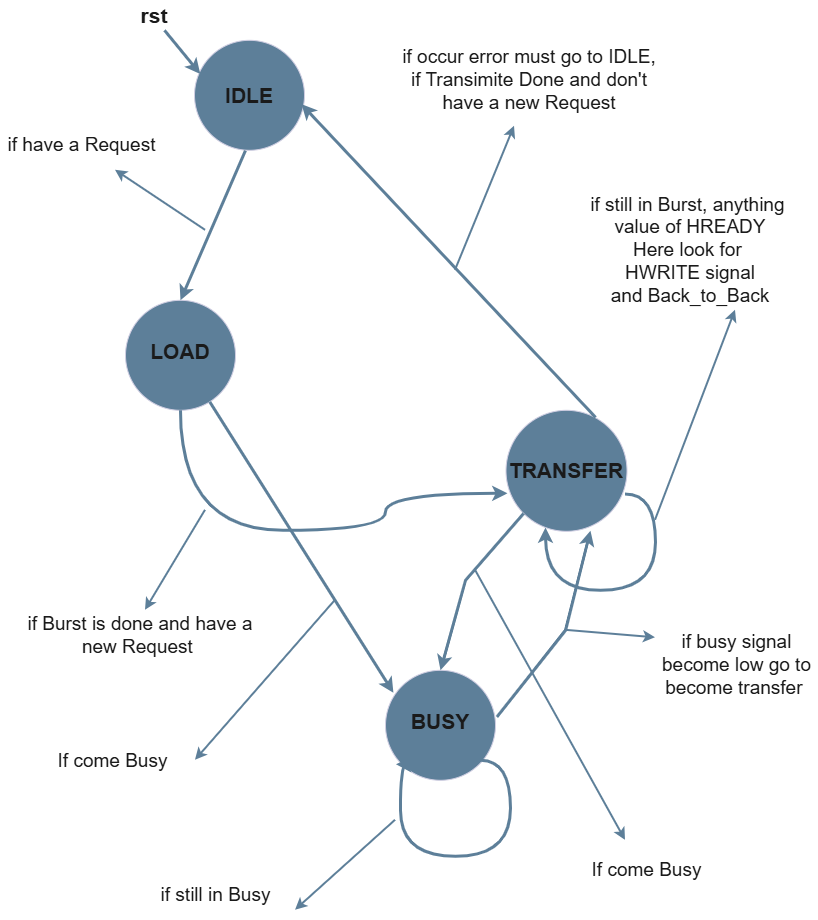
Before: photoes/Master_FSM.drawio.png, a diagram exported from draw.io (amrsoli916/AHB-Lite-Protocol). Source tidied: cells renumbered, new cells last; positions are measured from the earlier drawing's top-left corner, leaving out a move shared by most shapes.
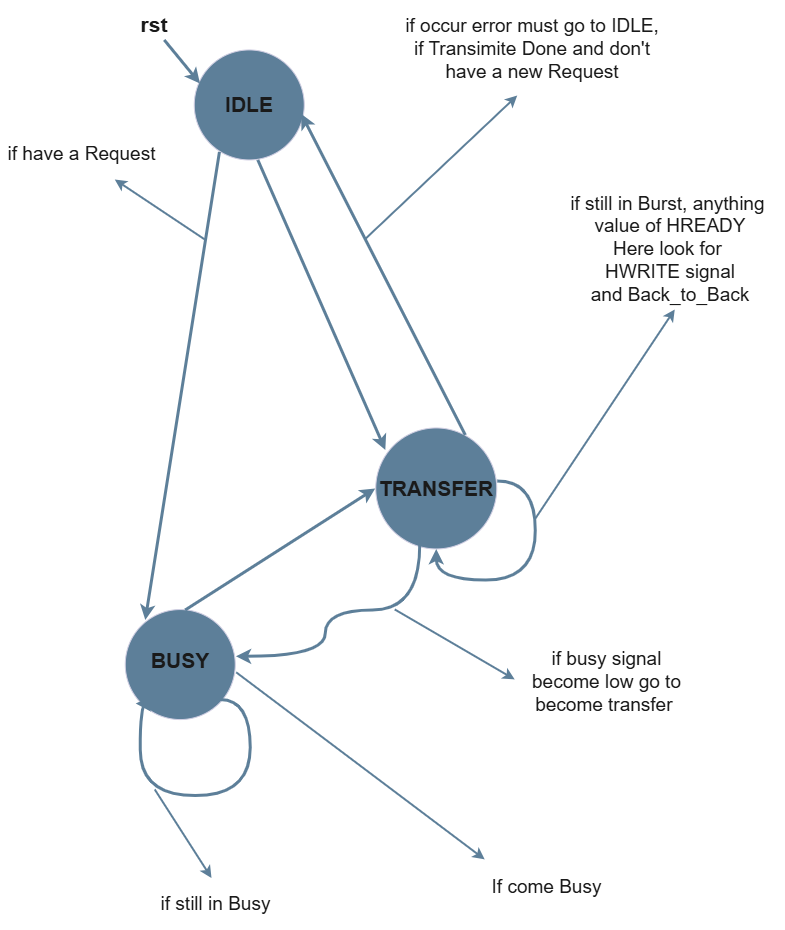
After the commit.

Diff of the diagram source:
```diff
@@ -16,45 +16,21 @@
     <mxCell id="5" value="&lt;font style=&quot;font-size: 21px;&quot;&gt;&lt;b style=&quot;&quot;&gt;rst&lt;/b&gt;&lt;/font&gt;" style="text;html=1;whiteSpace=wrap;strokeColor=none;fillColor=none;align=center;verticalAlign=middle;rounded=0;fontColor=#1A1A1A;" parent="1" vertex="1">
       <mxGeometry x="134" width="40" height="30" as="geometry" />
     </mxCell>
-    <mxCell id="6" style="ellipse;whiteSpace=wrap;html=1;shapeInside=1;labelBackgroundColor=none;fillColor=#5D7F99;strokeColor=#D0CEE2;fontColor=#1A1A1A;" parent="1" vertex="1">
-      <mxGeometry x="125" y="300" width="110" height="110" as="geometry" />
-    </mxCell>
-    <mxCell id="7" value="&lt;font style=&quot;font-size: 21px;&quot;&gt;&lt;b style=&quot;&quot;&gt;LOAD&lt;/b&gt;&lt;/font&gt;" style="text;html=1;whiteSpace=wrap;strokeColor=none;fillColor=none;align=center;verticalAlign=middle;rounded=0;fontColor=#1A1A1A;" parent="1" vertex="1">
-      <mxGeometry x="150" y="336" width="60" height="30" as="geometry" />
-    </mxCell>
-    <mxCell id="8" style="endArrow=classic;html=1;rounded=0;strokeColor=light-dark(#5d7f99, #8c86b9);fontColor=#1A1A1A;strokeWidth=3;exitX=0.463;exitY=1.003;exitDx=0;exitDy=0;exitPerimeter=0;entryX=0.5;entryY=0;entryDx=0;entryDy=0;" parent="1" edge="1" source="2" target="6">
+    <mxCell id="8" style="endArrow=classic;html=1;rounded=0;strokeColor=light-dark(#5d7f99, #8c86b9);fontColor=#1A1A1A;strokeWidth=3;exitX=0.229;exitY=0.927;exitDx=0;exitDy=0;exitPerimeter=0;entryX=0.182;entryY=0.094;entryDx=0;entryDy=0;entryPerimeter=0;" parent="1" edge="1" source="2" target="22">
       <mxGeometry relative="1" as="geometry" />
     </mxCell>
     <mxCell id="9" style="ellipse;whiteSpace=wrap;html=1;shapeInside=1;labelBackgroundColor=none;fillColor=#5D7F99;strokeColor=#D0CEE2;fontColor=#1A1A1A;" parent="1" vertex="1">
-      <mxGeometry x="505.5" y="410" width="121" height="121" as="geometry" />
+      <mxGeometry x="375.5" y="418" width="121" height="121" as="geometry" />
     </mxCell>
     <mxCell id="10" value="&lt;font style=&quot;font-size: 21px;&quot;&gt;&lt;b style=&quot;&quot;&gt;TRANSFER&lt;/b&gt;&lt;/font&gt;" style="text;html=1;whiteSpace=wrap;strokeColor=none;fillColor=none;align=center;verticalAlign=middle;rounded=0;fontColor=#1A1A1A;" parent="1" vertex="1">
-      <mxGeometry x="505" y="455.5" width="122" height="30" as="geometry" />
+      <mxGeometry x="375" y="463.5" width="122" height="30" as="geometry" />
     </mxCell>
-    <mxCell id="11" style="endArrow=classic;html=1;rounded=0;strokeColor=light-dark(#5d7f99, #8c86b9);fontColor=#1A1A1A;strokeWidth=3;exitX=0.5;exitY=1;exitDx=0;exitDy=0;entryX=0.012;entryY=0.686;entryDx=0;entryDy=0;entryPerimeter=0;edgeStyle=orthogonalEdgeStyle;curved=1;" parent="1" edge="1" source="6" target="9">
-      <mxGeometry relative="1" as="geometry">
-        <Array as="points">
-          <mxPoint x="180" y="530" />
-          <mxPoint x="385" y="530" />
-          <mxPoint x="385" y="493" />
-        </Array>
-      </mxGeometry>
-    </mxCell>
-    <mxCell id="12" style="endArrow=classic;html=1;rounded=0;strokeColor=light-dark(#5d7f99, #8c86b9);fontColor=#1A1A1A;strokeWidth=3;exitX=0.984;exitY=0.691;exitDx=0;exitDy=0;exitPerimeter=0;edgeStyle=orthogonalEdgeStyle;curved=1;" parent="1" edge="1" source="9" target="9">
-      <mxGeometry relative="1" as="geometry">
-        <Array as="points">
-          <mxPoint x="655" y="493.6" />
-          <mxPoint x="655" y="590" />
-          <mxPoint x="545" y="590" />
-        </Array>
-      </mxGeometry>
-    </mxCell>
     <mxCell id="13" style="endArrow=classic;html=1;rounded=0;strokeColor=light-dark(#5d7f99, #8c86b9);fontColor=#1A1A1A;strokeWidth=3;exitX=0.74;exitY=0.058;exitDx=0;exitDy=0;exitPerimeter=0;entryX=0.973;entryY=0.582;entryDx=0;entryDy=0;entryPerimeter=0;" parent="1" edge="1" source="9" target="2">
       <mxGeometry relative="1" as="geometry" />
     </mxCell>
     <mxCell id="14" style="endArrow=classic;html=1;rounded=0;strokeColor=light-dark(#5d7f99, #8c86b9);fontColor=#1A1A1A;strokeWidth=2;entryX=0.446;entryY=0.96;entryDx=0;entryDy=0;entryPerimeter=0;" parent="1" edge="1" target="18">
       <mxGeometry relative="1" as="geometry">
-        <mxPoint x="455" y="270" as="sourcePoint" />
+        <mxPoint x="365" y="230" as="sourcePoint" />
       </mxGeometry>
     </mxCell>
     <mxCell id="15" style="endArrow=classic;html=1;rounded=0;strokeColor=light-dark(#5d7f99, #8c86b9);fontColor=#1A1A1A;strokeWidth=2;" parent="1" edge="1">
@@ -63,98 +39,86 @@
         <mxPoint x="115" y="170" as="targetPoint" />
       </mxGeometry>
     </mxCell>
-    <mxCell id="16" style="endArrow=classic;html=1;rounded=0;strokeColor=light-dark(#5d7f99, #8c86b9);fontColor=#1A1A1A;strokeWidth=2;" parent="1" edge="1">
-      <mxGeometry relative="1" as="geometry">
-        <mxPoint x="205" y="510" as="sourcePoint" />
-        <mxPoint x="145" y="610" as="targetPoint" />
-      </mxGeometry>
-    </mxCell>
     <mxCell id="17" style="endArrow=classic;html=1;rounded=0;strokeColor=light-dark(#5d7f99, #8c86b9);fontColor=#1A1A1A;strokeWidth=2;" parent="1" edge="1">
       <mxGeometry relative="1" as="geometry">
-        <mxPoint x="655" y="520" as="sourcePoint" />
-        <mxPoint x="735" y="310" as="targetPoint" />
+        <mxPoint x="535" y="510" as="sourcePoint" />
+        <mxPoint x="675" y="300" as="targetPoint" />
       </mxGeometry>
     </mxCell>
     <mxCell id="18" value="&lt;font style=&quot;font-size: 19px;&quot;&gt;if occur error must go to IDLE,&lt;/font&gt;&lt;div&gt;&lt;font style=&quot;font-size: 19px;&quot;&gt;if Transimite&amp;nbsp;&lt;/font&gt;&lt;span style=&quot;font-size: 19px; background-color: transparent; color: light-dark(rgb(26, 26, 26), rgb(215, 215, 215));&quot;&gt;Done and don't have a&amp;nbsp;&lt;/span&gt;&lt;span style=&quot;font-size: 19px; background-color: transparent; color: light-dark(rgb(26, 26, 26), rgb(215, 215, 215));&quot;&gt;new Request&lt;/span&gt;&lt;/div&gt;" style="text;html=1;whiteSpace=wrap;strokeColor=none;fillColor=none;align=center;verticalAlign=middle;rounded=0;fontColor=#1A1A1A;" parent="1" vertex="1">
-      <mxGeometry x="396.5" y="30" width="263.5" height="100" as="geometry" />
+      <mxGeometry x="400" y="-10" width="263.5" height="100" as="geometry" />
     </mxCell>
     <mxCell id="19" value="&lt;span style=&quot;font-size: 19px;&quot;&gt;if still in Burst, anything&amp;nbsp;&lt;/span&gt;&lt;div&gt;&lt;span style=&quot;font-size: 19px;&quot;&gt;value of HREADY&lt;/span&gt;&lt;/div&gt;&lt;div&gt;&lt;span style=&quot;font-size: 19px;&quot;&gt;Here look for&amp;nbsp;&lt;/span&gt;&lt;/div&gt;&lt;div&gt;&lt;span style=&quot;font-size: 19px;&quot;&gt;HWRITE signal&lt;/span&gt;&lt;/div&gt;&lt;div&gt;&lt;span style=&quot;font-size: 19px;&quot;&gt;and Back_to_Back&lt;/span&gt;&lt;/div&gt;" style="text;html=1;whiteSpace=wrap;strokeColor=none;fillColor=none;align=center;verticalAlign=middle;rounded=0;fontColor=#1A1A1A;" parent="1" vertex="1">
-      <mxGeometry x="575" y="200" width="230" height="100" as="geometry" />
+      <mxGeometry x="555" y="190" width="230" height="100" as="geometry" />
     </mxCell>
-    <mxCell id="20" value="&lt;span style=&quot;font-size: 19px;&quot;&gt;if Burst is done and have a&lt;/span&gt;&lt;div&gt;&lt;span style=&quot;font-size: 19px;&quot;&gt;new Request&amp;nbsp;&lt;/span&gt;&lt;/div&gt;" style="text;html=1;whiteSpace=wrap;strokeColor=none;fillColor=none;align=center;verticalAlign=middle;rounded=0;fontColor=#1A1A1A;" parent="1" vertex="1">
-      <mxGeometry x="25" y="600" width="230" height="70" as="geometry" />
-    </mxCell>
     <mxCell id="21" value="&lt;span style=&quot;font-size: 19px;&quot;&gt;if have a Request&lt;/span&gt;" style="text;html=1;whiteSpace=wrap;strokeColor=none;fillColor=none;align=center;verticalAlign=middle;rounded=0;fontColor=#1A1A1A;" parent="1" vertex="1">
       <mxGeometry y="120" width="163" height="50" as="geometry" />
     </mxCell>
     <mxCell id="22" style="ellipse;whiteSpace=wrap;html=1;shapeInside=1;labelBackgroundColor=none;fillColor=#5D7F99;strokeColor=#D0CEE2;fontColor=#1A1A1A;" parent="1" vertex="1">
-      <mxGeometry x="385" y="670" width="110" height="110" as="geometry" />
+      <mxGeometry x="125" y="599.6" width="110" height="110" as="geometry" />
     </mxCell>
     <mxCell id="23" value="&lt;font style=&quot;font-size: 21px;&quot;&gt;&lt;b style=&quot;&quot;&gt;BUSY&lt;/b&gt;&lt;/font&gt;" style="text;html=1;whiteSpace=wrap;strokeColor=none;fillColor=none;align=center;verticalAlign=middle;rounded=0;fontColor=#1A1A1A;" parent="1" vertex="1">
-      <mxGeometry x="410" y="706" width="60" height="30" as="geometry" />
+      <mxGeometry x="150" y="635.6" width="60" height="30" as="geometry" />
     </mxCell>
-    <mxCell id="24" style="endArrow=classic;html=1;rounded=0;strokeColor=light-dark(#5d7f99, #8c86b9);fontColor=#1A1A1A;strokeWidth=3;exitX=0;exitY=1;exitDx=0;exitDy=0;entryX=0.5;entryY=0;entryDx=0;entryDy=0;" parent="1" edge="1" source="9" target="22">
-      <mxGeometry relative="1" as="geometry">
-        <Array as="points">
-          <mxPoint x="465" y="580" />
-        </Array>
-      </mxGeometry>
-    </mxCell>
-    <mxCell id="25" style="endArrow=classic;html=1;rounded=0;strokeColor=light-dark(#5d7f99, #8c86b9);fontColor=#1A1A1A;strokeWidth=3;entryX=0.072;entryY=0.204;entryDx=0;entryDy=0;entryPerimeter=0;" parent="1" edge="1" source="6" target="22">
-      <mxGeometry relative="1" as="geometry" />
-    </mxCell>
-    <mxCell id="26" style="endArrow=classic;html=1;rounded=0;strokeColor=light-dark(#5d7f99, #8c86b9);fontColor=#1A1A1A;strokeWidth=3;exitX=1.012;exitY=0.425;exitDx=0;exitDy=0;entryX=0.698;entryY=0.995;entryDx=0;entryDy=0;entryPerimeter=0;exitPerimeter=0;" parent="1" edge="1" source="22" target="9">
-      <mxGeometry relative="1" as="geometry">
-        <Array as="points">
-          <mxPoint x="565" y="630" />
-        </Array>
-      </mxGeometry>
-    </mxCell>
     <mxCell id="27" style="endArrow=classic;html=1;rounded=0;strokeColor=light-dark(#5d7f99, #8c86b9);fontColor=#1A1A1A;strokeWidth=3;exitX=0.984;exitY=0.691;exitDx=0;exitDy=0;exitPerimeter=0;edgeStyle=orthogonalEdgeStyle;curved=1;entryX=0.095;entryY=0.855;entryDx=0;entryDy=0;entryPerimeter=0;" parent="1" edge="1" target="22">
       <mxGeometry relative="1" as="geometry">
-        <mxPoint x="480" y="760" as="sourcePoint" />
+        <mxPoint x="220" y="689.6" as="sourcePoint" />
         <Array as="points">
-          <mxPoint x="510" y="760" />
-          <mxPoint x="510" y="856" />
-          <mxPoint x="400" y="856" />
-          <mxPoint x="400" y="764.1" />
+          <mxPoint x="250" y="689.6" />
+          <mxPoint x="250" y="785.6" />
+          <mxPoint x="140" y="785.6" />
+          <mxPoint x="140" y="693.7" />
         </Array>
       </mxGeometry>
     </mxCell>
-    <mxCell id="28" style="endArrow=classic;html=1;rounded=0;strokeColor=light-dark(#5d7f99, #8c86b9);fontColor=#1A1A1A;strokeWidth=2;" parent="1" edge="1">
-      <mxGeometry relative="1" as="geometry">
-        <mxPoint x="335" y="600" as="sourcePoint" />
-        <mxPoint x="195" y="760" as="targetPoint" />
-      </mxGeometry>
-    </mxCell>
-    <mxCell id="29" value="&lt;span style=&quot;font-size: 19px;&quot;&gt;If come Busy&lt;/span&gt;" style="text;html=1;whiteSpace=wrap;strokeColor=none;fillColor=none;align=center;verticalAlign=middle;rounded=0;fontColor=#1A1A1A;" parent="1" vertex="1">
-      <mxGeometry x="31" y="736" width="163" height="50" as="geometry" />
-    </mxCell>
-    <mxCell id="30" style="endArrow=classic;html=1;rounded=0;strokeColor=light-dark(#5d7f99, #8c86b9);fontColor=#1A1A1A;strokeWidth=2;" parent="1" edge="1">
+    <mxCell id="30" style="endArrow=classic;html=1;rounded=0;strokeColor=light-dark(#5d7f99, #8c86b9);fontColor=#1A1A1A;strokeWidth=2;entryX=0.477;entryY=-0.03;entryDx=0;entryDy=0;entryPerimeter=0;" parent="1" edge="1" target="31">
       <mxGeometry relative="1" as="geometry">
-        <mxPoint x="395" y="820" as="sourcePoint" />
-        <mxPoint x="295" y="910" as="targetPoint" />
+        <mxPoint x="155" y="780" as="sourcePoint" />
       </mxGeometry>
     </mxCell>
     <mxCell id="31" value="&lt;span style=&quot;font-size: 19px;&quot;&gt;if still in Busy&lt;/span&gt;" style="text;html=1;whiteSpace=wrap;strokeColor=none;fillColor=none;align=center;verticalAlign=middle;rounded=0;fontColor=#1A1A1A;" parent="1" vertex="1">
       <mxGeometry x="134" y="870" width="163" height="50" as="geometry" />
     </mxCell>
-    <mxCell id="32" style="endArrow=classic;html=1;rounded=0;strokeColor=light-dark(#5d7f99, #8c86b9);fontColor=#1A1A1A;strokeWidth=2;entryX=0;entryY=0.25;entryDx=0;entryDy=0;" parent="1" edge="1" target="33">
+    <mxCell id="32" style="endArrow=classic;html=1;rounded=0;strokeColor=light-dark(#5d7f99, #8c86b9);fontColor=#1A1A1A;strokeWidth=2;" parent="1" edge="1">
       <mxGeometry relative="1" as="geometry">
-        <mxPoint x="565" y="630" as="sourcePoint" />
+        <mxPoint x="395" y="600" as="sourcePoint" />
+        <mxPoint x="515" y="670" as="targetPoint" />
       </mxGeometry>
     </mxCell>
     <mxCell id="33" value="&lt;span style=&quot;font-size: 19px;&quot;&gt;if busy signal become low go to become transfer&amp;nbsp;&lt;/span&gt;" style="text;html=1;whiteSpace=wrap;strokeColor=none;fillColor=none;align=center;verticalAlign=middle;rounded=0;fontColor=#1A1A1A;" parent="1" vertex="1">
-      <mxGeometry x="655" y="610" width="163" height="110" as="geometry" />
+      <mxGeometry x="525" y="618" width="163" height="110" as="geometry" />
     </mxCell>
-    <mxCell id="34" style="endArrow=classic;html=1;rounded=0;strokeColor=light-dark(#5d7f99, #8c86b9);fontColor=#1A1A1A;strokeWidth=2;" parent="1" edge="1">
+    <mxCell id="34" style="endArrow=classic;html=1;rounded=0;strokeColor=light-dark(#5d7f99, #8c86b9);fontColor=#1A1A1A;strokeWidth=2;exitX=1.013;exitY=0.575;exitDx=0;exitDy=0;exitPerimeter=0;" parent="1" edge="1" source="22">
       <mxGeometry relative="1" as="geometry">
-        <mxPoint x="475" y="570" as="sourcePoint" />
-        <mxPoint x="625" y="840" as="targetPoint" />
+        <mxPoint x="485" y="850" as="targetPoint" />
       </mxGeometry>
     </mxCell>
     <mxCell id="35" value="&lt;span style=&quot;font-size: 19px;&quot;&gt;If come Busy&lt;/span&gt;" style="text;html=1;whiteSpace=wrap;strokeColor=none;fillColor=none;align=center;verticalAlign=middle;rounded=0;fontColor=#1A1A1A;" parent="1" vertex="1">
-      <mxGeometry x="565" y="845" width="163" height="50" as="geometry" />
+      <mxGeometry x="465" y="853" width="163" height="50" as="geometry" />
     </mxCell>
+    <mxCell id="36" style="endArrow=classic;html=1;rounded=0;strokeColor=light-dark(#5d7f99, #8c86b9);fontColor=#1A1A1A;strokeWidth=3;exitX=1;exitY=0.25;exitDx=0;exitDy=0;edgeStyle=orthogonalEdgeStyle;curved=1;" parent="1" edge="1" source="10" target="9">
+      <mxGeometry relative="1" as="geometry">
+        <Array as="points">
+          <mxPoint x="535" y="471" />
+          <mxPoint x="535" y="570" />
+          <mxPoint x="436" y="570" />
+        </Array>
+      </mxGeometry>
+    </mxCell>
+    <mxCell id="24" style="endArrow=classic;html=1;rounded=0;strokeColor=light-dark(#5d7f99, #8c86b9);fontColor=#1A1A1A;strokeWidth=3;entryX=1.006;entryY=0.425;entryDx=0;entryDy=0;entryPerimeter=0;exitX=0.364;exitY=0.96;exitDx=0;exitDy=0;exitPerimeter=0;edgeStyle=orthogonalEdgeStyle;curved=1;" parent="1" edge="1" source="9" target="22">
+      <mxGeometry relative="1" as="geometry">
+        <Array as="points">
+          <mxPoint x="419.5" y="600" />
+          <mxPoint x="325" y="600" />
+          <mxPoint x="325" y="646.4" />
+        </Array>
+      </mxGeometry>
+    </mxCell>
+    <mxCell id="37" style="endArrow=classic;html=1;rounded=0;strokeColor=light-dark(#5d7f99, #8c86b9);fontColor=#1A1A1A;strokeWidth=3;entryX=0;entryY=0.5;entryDx=0;entryDy=0;exitX=0.545;exitY=0.004;exitDx=0;exitDy=0;exitPerimeter=0;" parent="1" edge="1" source="22" target="10">
+      <mxGeometry relative="1" as="geometry" />
+    </mxCell>
+    <mxCell id="38" style="endArrow=classic;html=1;rounded=0;strokeColor=light-dark(#5d7f99, #8c86b9);fontColor=#1A1A1A;strokeWidth=3;exitX=0.578;exitY=1;exitDx=0;exitDy=0;exitPerimeter=0;entryX=0.079;entryY=0.182;entryDx=0;entryDy=0;entryPerimeter=0;" parent="1" edge="1" source="2" target="9">
+      <mxGeometry relative="1" as="geometry" />
+    </mxCell>
   </root>
 </mxGraphModel>
```
